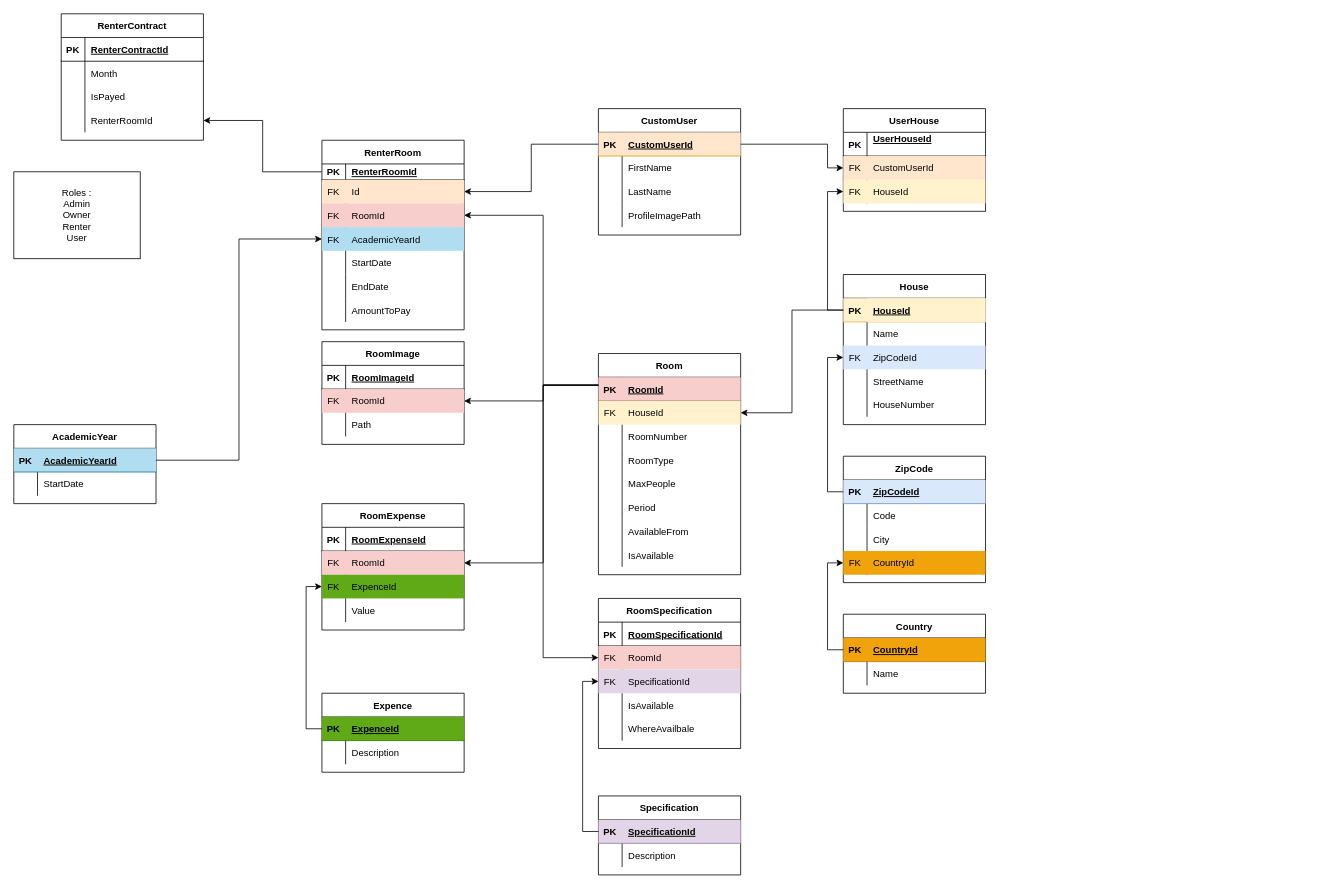
The draw.io diagram skyko.drawio in Bakkar1/skykot, before the edit. Source tidied: cells renumbered, new cells numbered last; positions are measured from the earlier drawing's top-left corner, leaving out a move shared by most shapes. Both pictures are drawn from the tidied source at 79%, with x=0, y=0 at pixel (13, 13).
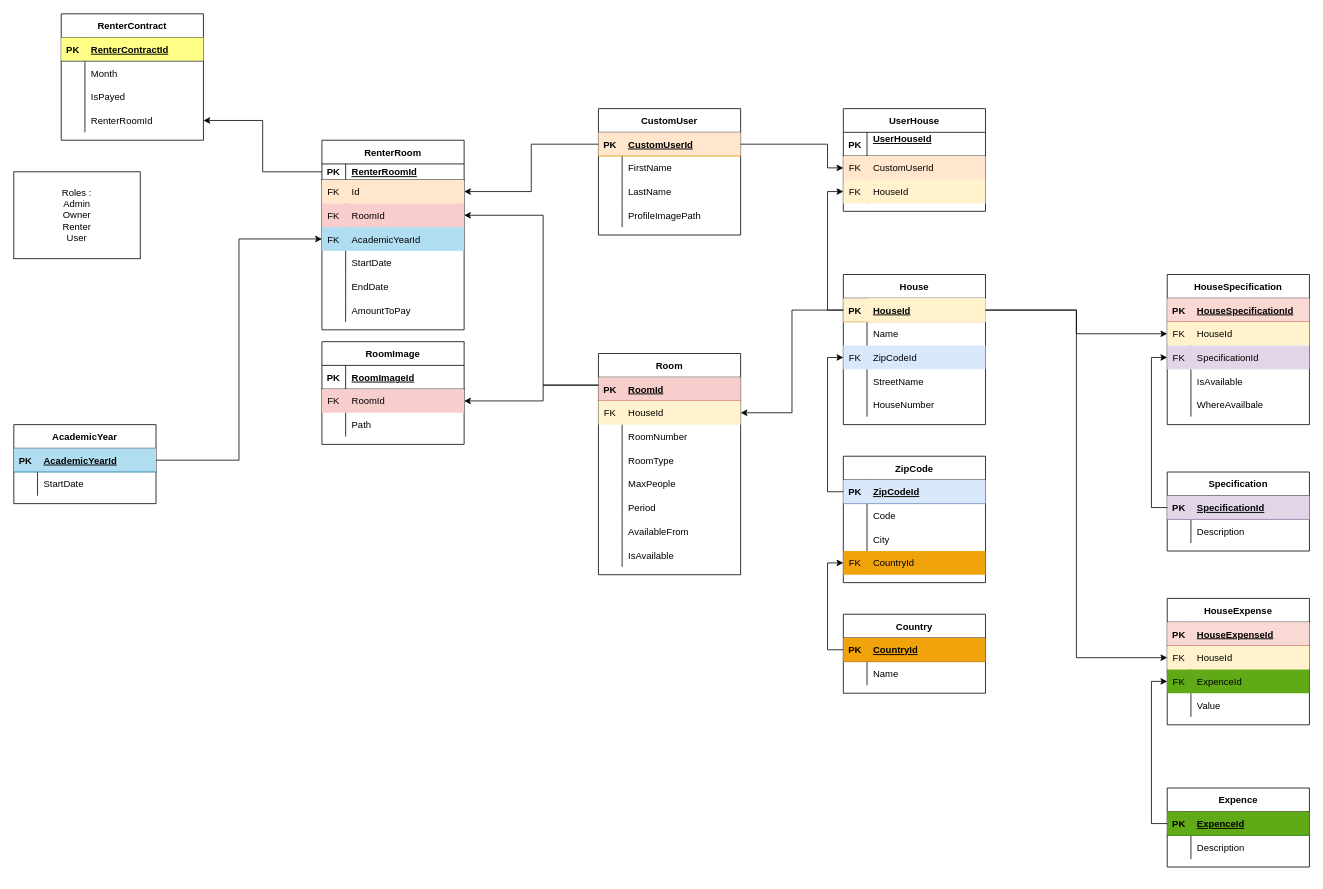
The same diagram, later.

The change refers to these unchanged cells:
```xml
<mxCell id="16" style="shape=tableRow;horizontal=0;startSize=0;swimlaneHead=0;swimlaneBody=0;fillColor=#fff2cc;points=[[0,0.5],[1,0.5]];portConstraint=eastwest;top=0;left=0;right=0;bottom=1;strokeColor=#d6b656;" parent="15" vertex="1">
  <mxGeometry y="30" width="180" height="30" as="geometry" />
</mxCell>
<mxCell id="52" style="shape=tableRow;horizontal=0;startSize=0;swimlaneHead=0;swimlaneBody=0;fillColor=#f8cecc;points=[[0,0.5],[1,0.5]];portConstraint=eastwest;top=0;left=0;right=0;bottom=1;strokeColor=#b85450;" parent="51" vertex="1">
  <mxGeometry y="30" width="180" height="30" as="geometry" />
</mxCell>
<mxCell id="182" value="RenterContract" style="shape=table;startSize=30;childLayout=tableLayout;rowLines=0;fontStyle=1;align=center;" parent="1" vertex="1">
  <mxGeometry x="60" width="180" height="160" as="geometry" />
</mxCell>
```

What changed in the source:
```diff
@@
-    <mxCell id="76" value="RoomSpecification" style="shape=table;startSize=30;childLayout=tableLayout;rowLines=0;fontStyle=1;align=center;" parent="1" vertex="1">
-      <mxGeometry x="740" y="740" width="180" height="190" as="geometry" />
+    <mxCell id="76" value="HouseSpecification" style="shape=table;startSize=30;childLayout=tableLayout;rowLines=0;fontStyle=1;align=center;" parent="1" vertex="1">
+      <mxGeometry x="1460" y="330" width="180" height="190" as="geometry" />
     </mxCell>
-    <mxCell id="77" style="shape=tableRow;horizontal=0;startSize=0;swimlaneHead=0;swimlaneBody=0;fillColor=none;top=0;left=0;right=0;bottom=1;" parent="76" vertex="1">
+    <mxCell id="77" style="shape=tableRow;horizontal=0;startSize=0;swimlaneHead=0;swimlaneBody=0;fillColor=#fad9d5;top=0;left=0;right=0;bottom=1;strokeColor=#ae4132;" parent="76" vertex="1">
       <mxGeometry y="30" width="180" height="30" as="geometry" />
     </mxCell>
@@
-    <mxCell id="79" value="RoomSpecificationId" style="shape=partialRectangle;fillColor=none;top=0;left=0;bottom=0;right=0;align=left;spacingLeft=6;fontStyle=5;overflow=hidden;" parent="77" vertex="1">
+    <mxCell id="79" value="HouseSpecificationId" style="shape=partialRectangle;fillColor=none;top=0;left=0;bottom=0;right=0;align=left;spacingLeft=6;fontStyle=5;overflow=hidden;" parent="77" vertex="1">
       <mxGeometry x="30" width="150" height="30" as="geometry" />
     </mxCell>
-    <mxCell id="80" style="shape=tableRow;horizontal=0;startSize=0;swimlaneHead=0;swimlaneBody=0;fillColor=#f8cecc;points=[[0,0.5],[1,0.5]];portConstraint=eastwest;top=0;left=0;right=0;bottom=0;strokeColor=#b85450;" parent="76" vertex="1">
+    <mxCell id="80" style="shape=tableRow;horizontal=0;startSize=0;swimlaneHead=0;swimlaneBody=0;fillColor=#fff2cc;points=[[0,0.5],[1,0.5]];portConstraint=eastwest;top=0;left=0;right=0;bottom=0;strokeColor=#d6b656;" parent="76" vertex="1">
       <mxGeometry y="60" width="180" height="30" as="geometry" />
     </mxCell>
@@
-    <mxCell id="82" value="RoomId" style="shape=partialRectangle;fillColor=none;top=0;left=0;bottom=0;right=0;align=left;spacingLeft=6;overflow=hidden;" parent="80" vertex="1">
+    <mxCell id="82" value="HouseId" style="shape=partialRectangle;fillColor=none;top=0;left=0;bottom=0;right=0;align=left;spacingLeft=6;overflow=hidden;" parent="80" vertex="1">
       <mxGeometry x="30" width="150" height="30" as="geometry" />
     </mxCell>
@@
     <mxCell id="92" value="Specification" style="shape=table;startSize=30;childLayout=tableLayout;rowLines=0;fontStyle=1;align=center;" parent="1" vertex="1">
-      <mxGeometry x="740" y="990" width="180" height="100" as="geometry" />
+      <mxGeometry x="1460" y="580" width="180" height="100" as="geometry" />
     </mxCell>
@@
-    <mxCell id="99" value="RoomExpense" style="shape=table;startSize=30;childLayout=tableLayout;rowLines=0;fontStyle=1;align=center;" parent="1" vertex="1">
-      <mxGeometry x="390" y="620" width="180" height="160" as="geometry" />
+    <mxCell id="99" value="HouseExpense" style="shape=table;startSize=30;childLayout=tableLayout;rowLines=0;fontStyle=1;align=center;" parent="1" vertex="1">
+      <mxGeometry x="1460" y="740" width="180" height="160" as="geometry" />
     </mxCell>
-    <mxCell id="100" style="shape=tableRow;horizontal=0;startSize=0;swimlaneHead=0;swimlaneBody=0;fillColor=none;top=0;left=0;right=0;bottom=1;" parent="99" vertex="1">
+    <mxCell id="100" style="shape=tableRow;horizontal=0;startSize=0;swimlaneHead=0;swimlaneBody=0;fillColor=#fad9d5;top=0;left=0;right=0;bottom=1;strokeColor=#ae4132;" parent="99" vertex="1">
       <mxGeometry y="30" width="180" height="30" as="geometry" />
     </mxCell>
@@
-    <mxCell id="102" value="RoomExpenseId" style="shape=partialRectangle;fillColor=none;top=0;left=0;bottom=0;right=0;align=left;spacingLeft=6;fontStyle=5;overflow=hidden;" parent="100" vertex="1">
+    <mxCell id="102" value="HouseExpenseId" style="shape=partialRectangle;fillColor=none;top=0;left=0;bottom=0;right=0;align=left;spacingLeft=6;fontStyle=5;overflow=hidden;" parent="100" vertex="1">
       <mxGeometry x="30" width="150" height="30" as="geometry" />
     </mxCell>
-    <mxCell id="103" style="shape=tableRow;horizontal=0;startSize=0;swimlaneHead=0;swimlaneBody=0;fillColor=#f8cecc;points=[[0,0.5],[1,0.5]];portConstraint=eastwest;top=0;left=0;right=0;bottom=0;strokeColor=#b85450;" parent="99" vertex="1">
+    <mxCell id="103" style="shape=tableRow;horizontal=0;startSize=0;swimlaneHead=0;swimlaneBody=0;fillColor=#fff2cc;points=[[0,0.5],[1,0.5]];portConstraint=eastwest;top=0;left=0;right=0;bottom=0;strokeColor=#d6b656;" parent="99" vertex="1">
       <mxGeometry y="60" width="180" height="30" as="geometry" />
     </mxCell>
@@
-    <mxCell id="105" value="RoomId" style="shape=partialRectangle;fillColor=none;top=0;left=0;bottom=0;right=0;align=left;spacingLeft=6;overflow=hidden;" parent="103" vertex="1">
+    <mxCell id="105" value="HouseId" style="shape=partialRectangle;fillColor=none;top=0;left=0;bottom=0;right=0;align=left;spacingLeft=6;overflow=hidden;" parent="103" vertex="1">
       <mxGeometry x="30" width="150" height="30" as="geometry" />
     </mxCell>
@@
     <mxCell id="112" value="Expence" style="shape=table;startSize=30;childLayout=tableLayout;rowLines=0;fontStyle=1;align=center;" parent="1" vertex="1">
-      <mxGeometry x="390" y="860" width="180" height="100" as="geometry" />
+      <mxGeometry x="1460" y="980" width="180" height="100" as="geometry" />
     </mxCell>
@@
-    <mxCell id="177" style="edgeStyle=orthogonalEdgeStyle;rounded=0;jettySize=auto;html=1;entryX=1;entryY=0.5;entryDx=0;entryDy=0;" parent="1" edge="1" source="52" target="103">
-      <mxGeometry relative="1" as="geometry">
-        <Array as="points">
-          <mxPoint x="670" y="470" />
-          <mxPoint x="670" y="695" />
-        </Array>
-      </mxGeometry>
-    </mxCell>
@@
-    <mxCell id="180" style="edgeStyle=orthogonalEdgeStyle;rounded=0;jettySize=auto;html=1;entryX=0;entryY=0.5;entryDx=0;entryDy=0;" parent="1" edge="1" source="52" target="80">
-      <mxGeometry relative="1" as="geometry">
-        <Array as="points">
-          <mxPoint x="670" y="470" />
-          <mxPoint x="670" y="815" />
-        </Array>
-      </mxGeometry>
-    </mxCell>
@@
-    <mxCell id="183" style="shape=tableRow;horizontal=0;startSize=0;swimlaneHead=0;swimlaneBody=0;fillColor=none;top=0;left=0;right=0;bottom=1;" parent="182" vertex="1">
+    <mxCell id="183" style="shape=tableRow;horizontal=0;startSize=0;swimlaneHead=0;swimlaneBody=0;fillColor=#ffff88;top=0;left=0;right=0;bottom=1;strokeColor=#36393d;" parent="182" vertex="1">
       <mxGeometry y="30" width="180" height="30" as="geometry" />
     </mxCell>
@@
+    <mxCell id="196" style="edgeStyle=orthogonalEdgeStyle;rounded=0;jettySize=auto;html=1;" parent="1" edge="1" source="16" target="80">
+      <mxGeometry relative="1" as="geometry" />
+    </mxCell>
+    <mxCell id="197" style="edgeStyle=orthogonalEdgeStyle;rounded=0;jettySize=auto;html=1;entryX=0;entryY=0.5;entryDx=0;entryDy=0;" parent="1" edge="1" source="16" target="103">
+      <mxGeometry relative="1" as="geometry" />
+    </mxCell>
```
